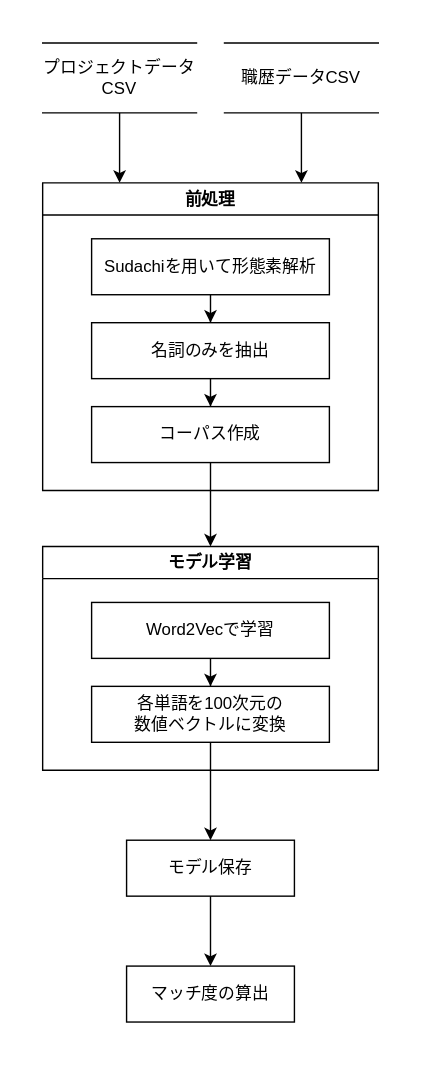
Before: reports/マッチング処理のデータフロー図.drawio.svg, a diagram exported from draw.io (Aoki-Dai/research). Source tidied: cells renumbered, new cells last; positions are measured from the earlier drawing's top-left corner, leaving out a move shared by most shapes.
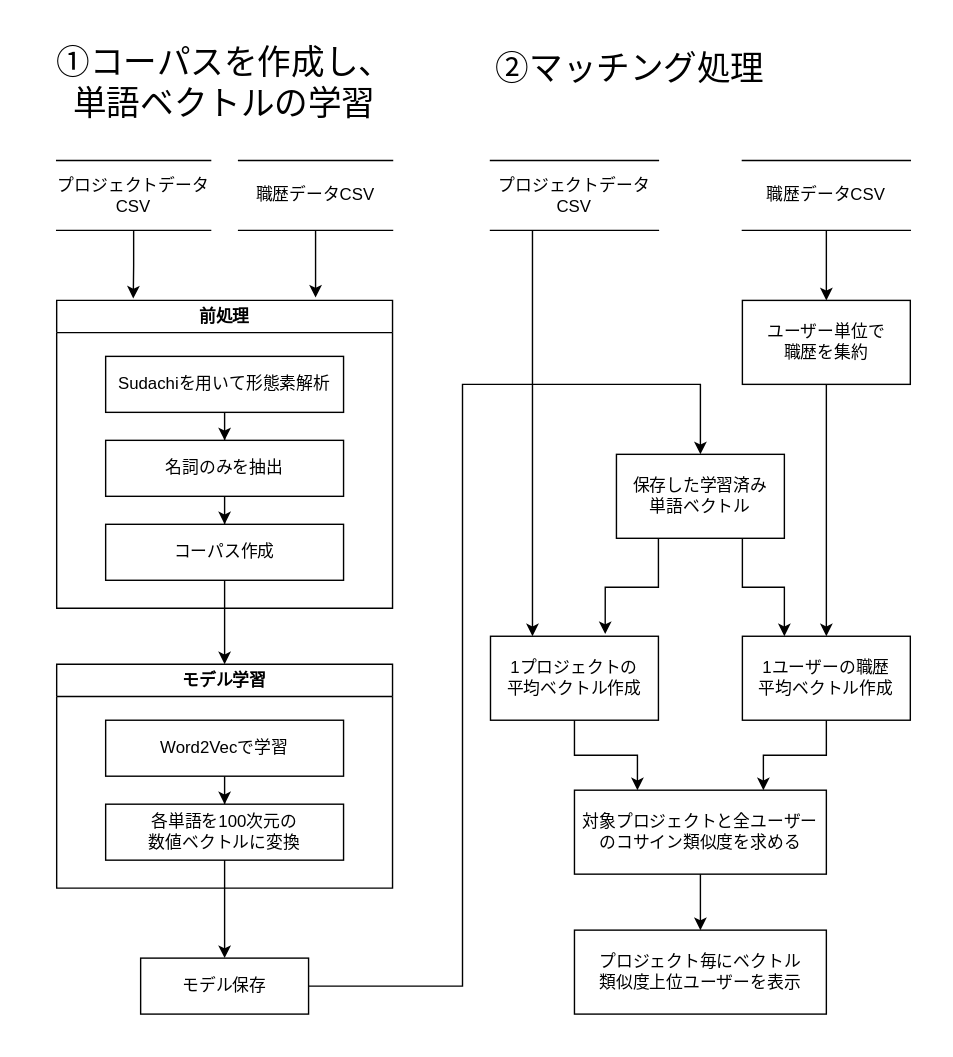
The same diagram one commit later.

Commit message:
データフロー図の改良

The edit, as a diff of the source:
```diff
@@ -2,6 +2,9 @@
   <root>
     <mxCell id="0" />
     <mxCell id="1" parent="0" />
+    <mxCell id="21" style="edgeStyle=orthogonalEdgeStyle;rounded=0;jettySize=auto;html=1;entryX=0.228;entryY=-0.006;entryDx=0;entryDy=0;entryPerimeter=0;" parent="1" edge="1" source="2" target="5">
+      <mxGeometry relative="1" as="geometry" />
+    </mxCell>
     <mxCell id="2" value="プロジェクトデータCSV" style="html=1;dashed=0;whiteSpace=wrap;shape=partialRectangle;right=0;left=0;" parent="1" vertex="1">
       <mxGeometry width="110" height="50" as="geometry" />
     </mxCell>
@@ -29,16 +32,6 @@
     <mxCell id="10" value="コーパス作成" style="rounded=0;whiteSpace=wrap;html=1;" parent="5" vertex="1">
       <mxGeometry x="35" y="160" width="170" height="40" as="geometry" />
     </mxCell>
-    <mxCell id="11" style="endArrow=classic;html=1;rounded=0;exitX=0.5;exitY=1;exitDx=0;exitDy=0;" parent="1" edge="1" source="2">
-      <mxGeometry relative="1" as="geometry">
-        <mxPoint x="55" y="100" as="targetPoint" />
-      </mxGeometry>
-    </mxCell>
-    <mxCell id="12" style="endArrow=classic;html=1;rounded=0;exitX=0.5;exitY=1;exitDx=0;exitDy=0;" parent="1" edge="1" source="3">
-      <mxGeometry relative="1" as="geometry">
-        <mxPoint x="185" y="100" as="targetPoint" />
-      </mxGeometry>
-    </mxCell>
     <mxCell id="13" value="モデル学習" style="swimlane;whiteSpace=wrap;html=1;" parent="1" vertex="1">
       <mxGeometry y="360" width="240" height="160" as="geometry" />
     </mxCell>
@@ -51,17 +44,79 @@
     <mxCell id="16" value="各単語を100次元の&lt;br&gt;数値ベクトルに変換" style="rounded=0;whiteSpace=wrap;html=1;" parent="13" vertex="1">
       <mxGeometry x="35" y="100" width="170" height="40" as="geometry" />
     </mxCell>
-    <mxCell id="17" style="edgeStyle=orthogonalEdgeStyle;rounded=0;jettySize=auto;html=1;" parent="1" edge="1" source="18" target="20">
-      <mxGeometry relative="1" as="geometry" />
-    </mxCell>
+    <mxCell id="22" style="edgeStyle=orthogonalEdgeStyle;rounded=0;jettySize=auto;html=1;exitX=1;exitY=0.5;exitDx=0;exitDy=0;entryX=0.5;entryY=0;entryDx=0;entryDy=0;" parent="1" edge="1" source="18" target="40">
+      <mxGeometry relative="1" as="geometry">
+        <Array as="points">
+          <mxPoint x="290" y="590" />
+          <mxPoint x="290" y="160" />
+          <mxPoint x="460" y="160" />
+        </Array>
+      </mxGeometry>
+    </mxCell>
     <mxCell id="18" value="モデル保存" style="whiteSpace=wrap;html=1;rounded=0;" parent="1" vertex="1">
       <mxGeometry x="60" y="570" width="120" height="40" as="geometry" />
     </mxCell>
     <mxCell id="19" style="edgeStyle=orthogonalEdgeStyle;rounded=0;jettySize=auto;html=1;" parent="1" edge="1" source="16" target="18">
       <mxGeometry relative="1" as="geometry" />
     </mxCell>
-    <mxCell id="20" value="マッチ度の算出" style="whiteSpace=wrap;html=1;rounded=0;" parent="1" vertex="1">
-      <mxGeometry x="60" y="660" width="120" height="40" as="geometry" />
-    </mxCell>
+    <mxCell id="23" style="edgeStyle=orthogonalEdgeStyle;rounded=0;jettySize=auto;html=1;exitX=0.5;exitY=1;exitDx=0;exitDy=0;entryX=0.5;entryY=0;entryDx=0;entryDy=0;" parent="1" edge="1" source="24" target="28">
+      <mxGeometry relative="1" as="geometry" />
+    </mxCell>
+    <mxCell id="24" value="ユーザー単位で&lt;div&gt;職歴を集約&lt;/div&gt;" style="whiteSpace=wrap;html=1;" parent="1" vertex="1">
+      <mxGeometry x="490" y="100" width="120" height="60" as="geometry" />
+    </mxCell>
+    <mxCell id="25" style="edgeStyle=orthogonalEdgeStyle;rounded=0;jettySize=auto;html=1;exitX=0.5;exitY=1;exitDx=0;exitDy=0;entryX=0.25;entryY=0;entryDx=0;entryDy=0;" parent="1" edge="1" source="26" target="30">
+      <mxGeometry relative="1" as="geometry" />
+    </mxCell>
+    <mxCell id="26" value="1プロジェクトの&lt;div&gt;平均ベクトル作成&lt;/div&gt;" style="whiteSpace=wrap;html=1;" parent="1" vertex="1">
+      <mxGeometry x="310" y="340" width="120" height="60" as="geometry" />
+    </mxCell>
+    <mxCell id="27" style="edgeStyle=orthogonalEdgeStyle;rounded=0;jettySize=auto;html=1;exitX=0.5;exitY=1;exitDx=0;exitDy=0;entryX=0.75;entryY=0;entryDx=0;entryDy=0;" parent="1" edge="1" source="28" target="30">
+      <mxGeometry relative="1" as="geometry" />
+    </mxCell>
+    <mxCell id="28" value="1ユーザーの&lt;span style=&quot;background-color: transparent; color: light-dark(rgb(0, 0, 0), rgb(255, 255, 255));&quot;&gt;職歴&lt;/span&gt;&lt;div&gt;&lt;span style=&quot;background-color: transparent; color: light-dark(rgb(0, 0, 0), rgb(255, 255, 255));&quot;&gt;平均ベクトル作成&lt;/span&gt;&lt;/div&gt;" style="whiteSpace=wrap;html=1;" parent="1" vertex="1">
+      <mxGeometry x="490" y="340" width="120" height="60" as="geometry" />
+    </mxCell>
+    <mxCell id="29" style="edgeStyle=orthogonalEdgeStyle;rounded=0;jettySize=auto;html=1;exitX=0.5;exitY=1;exitDx=0;exitDy=0;entryX=0.5;entryY=0;entryDx=0;entryDy=0;" parent="1" edge="1" source="30" target="38">
+      <mxGeometry relative="1" as="geometry" />
+    </mxCell>
+    <mxCell id="30" value="対象プロジェクトと全ユーザーの&lt;span style=&quot;background-color: transparent; color: light-dark(rgb(0, 0, 0), rgb(255, 255, 255));&quot;&gt;コサイン類似度を求める&lt;/span&gt;" style="whiteSpace=wrap;html=1;" parent="1" vertex="1">
+      <mxGeometry x="370" y="450" width="180" height="60" as="geometry" />
+    </mxCell>
+    <mxCell id="31" style="edgeStyle=orthogonalEdgeStyle;rounded=0;jettySize=auto;html=1;exitX=0.25;exitY=1;exitDx=0;exitDy=0;entryX=0.25;entryY=0;entryDx=0;entryDy=0;" parent="1" edge="1" source="32" target="26">
+      <mxGeometry relative="1" as="geometry" />
+    </mxCell>
+    <mxCell id="32" value="プロジェクトデータCSV" style="html=1;dashed=0;whiteSpace=wrap;shape=partialRectangle;right=0;left=0;" parent="1" vertex="1">
+      <mxGeometry x="310" width="120" height="50" as="geometry" />
+    </mxCell>
+    <mxCell id="33" style="edgeStyle=orthogonalEdgeStyle;rounded=0;jettySize=auto;html=1;entryX=0.5;entryY=0;entryDx=0;entryDy=0;" parent="1" edge="1" source="34" target="24">
+      <mxGeometry relative="1" as="geometry" />
+    </mxCell>
+    <mxCell id="34" value="職歴データCSV" style="html=1;dashed=0;whiteSpace=wrap;shape=partialRectangle;right=0;left=0;" parent="1" vertex="1">
+      <mxGeometry x="490" width="120" height="50" as="geometry" />
+    </mxCell>
+    <mxCell id="35" style="edgeStyle=orthogonalEdgeStyle;rounded=0;jettySize=auto;html=1;exitX=0.5;exitY=1;exitDx=0;exitDy=0;" parent="1" edge="1" source="3">
+      <mxGeometry relative="1" as="geometry">
+        <mxPoint x="185" y="98" as="targetPoint" />
+      </mxGeometry>
+    </mxCell>
+    <mxCell id="36" value="&lt;font style=&quot;font-size: 24px;&quot;&gt;①コーパスを作成し、単語ベクトルの学習&lt;/font&gt;" style="text;html=1;whiteSpace=wrap;strokeColor=none;fillColor=none;align=center;verticalAlign=middle;rounded=0;" parent="1" vertex="1">
+      <mxGeometry x="-10" y="-70" width="260" height="30" as="geometry" />
+    </mxCell>
+    <mxCell id="37" value="&lt;font style=&quot;font-size: 24px;&quot;&gt;②マッチング処理&lt;/font&gt;" style="text;html=1;whiteSpace=wrap;strokeColor=none;fillColor=none;align=center;verticalAlign=middle;rounded=0;" parent="1" vertex="1">
+      <mxGeometry x="300" y="-80" width="220" height="30" as="geometry" />
+    </mxCell>
+    <mxCell id="38" value="プロジェクト毎に&lt;span style=&quot;background-color: transparent; color: light-dark(rgb(0, 0, 0), rgb(255, 255, 255));&quot;&gt;ベクトル&lt;/span&gt;&lt;div&gt;&lt;span style=&quot;background-color: transparent; color: light-dark(rgb(0, 0, 0), rgb(255, 255, 255));&quot;&gt;類似度&lt;/span&gt;&lt;span style=&quot;background-color: transparent; color: light-dark(rgb(0, 0, 0), rgb(255, 255, 255));&quot;&gt;上位ユーザーを表示&lt;/span&gt;&lt;/div&gt;" style="whiteSpace=wrap;html=1;" parent="1" vertex="1">
+      <mxGeometry x="370" y="550" width="180" height="60" as="geometry" />
+    </mxCell>
+    <mxCell id="39" style="edgeStyle=orthogonalEdgeStyle;rounded=0;jettySize=auto;html=1;exitX=0.75;exitY=1;exitDx=0;exitDy=0;entryX=0.25;entryY=0;entryDx=0;entryDy=0;" parent="1" edge="1" source="40" target="28">
+      <mxGeometry relative="1" as="geometry" />
+    </mxCell>
+    <mxCell id="40" value="保存した学習済み&lt;div&gt;単語ベクトル&lt;/div&gt;" style="whiteSpace=wrap;html=1;" parent="1" vertex="1">
+      <mxGeometry x="400" y="210" width="120" height="60" as="geometry" />
+    </mxCell>
+    <mxCell id="41" style="edgeStyle=orthogonalEdgeStyle;rounded=0;jettySize=auto;html=1;exitX=0.25;exitY=1;exitDx=0;exitDy=0;entryX=0.683;entryY=-0.026;entryDx=0;entryDy=0;entryPerimeter=0;" parent="1" edge="1" source="40" target="26">
+      <mxGeometry relative="1" as="geometry" />
+    </mxCell>
   </root>
 </mxGraphModel>
```
